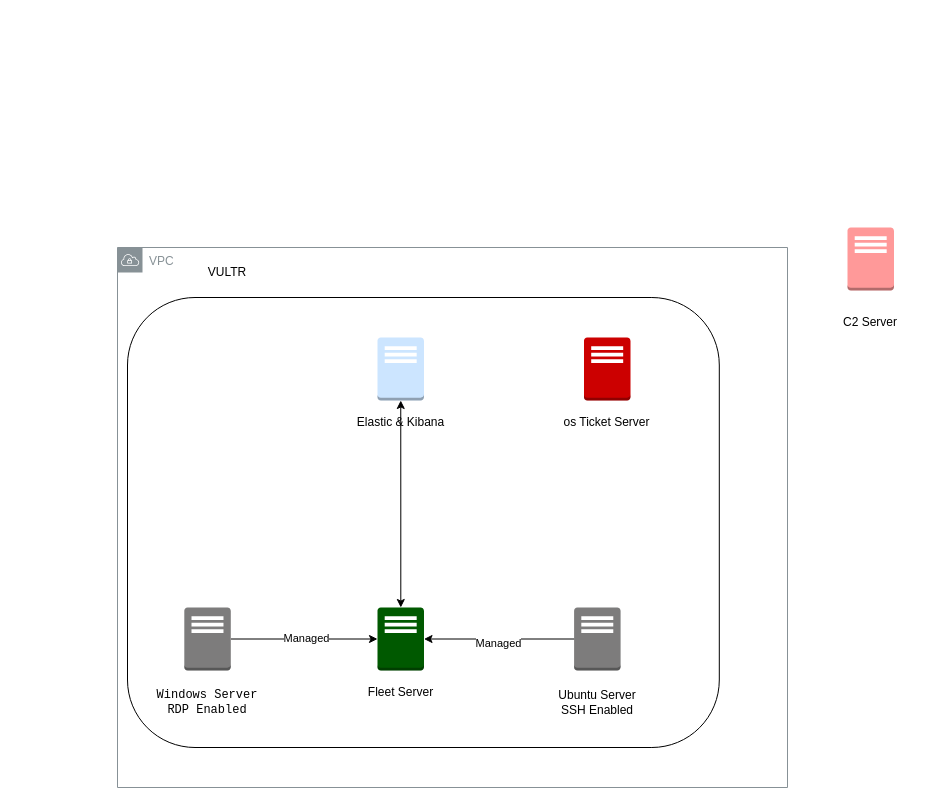
The draw.io diagram 30 Day MyDFIR Logical Diagram.drawio in Dito231/MyDFIR-30-Day-Challenge, before the edit. Source tidied: cells renumbered, new cells numbered last; positions are measured from the earlier drawing's top-left corner, leaving out a move shared by most shapes. Both pictures are drawn from the tidied source at 100%, with x=0, y=0 at pixel (117, 227).
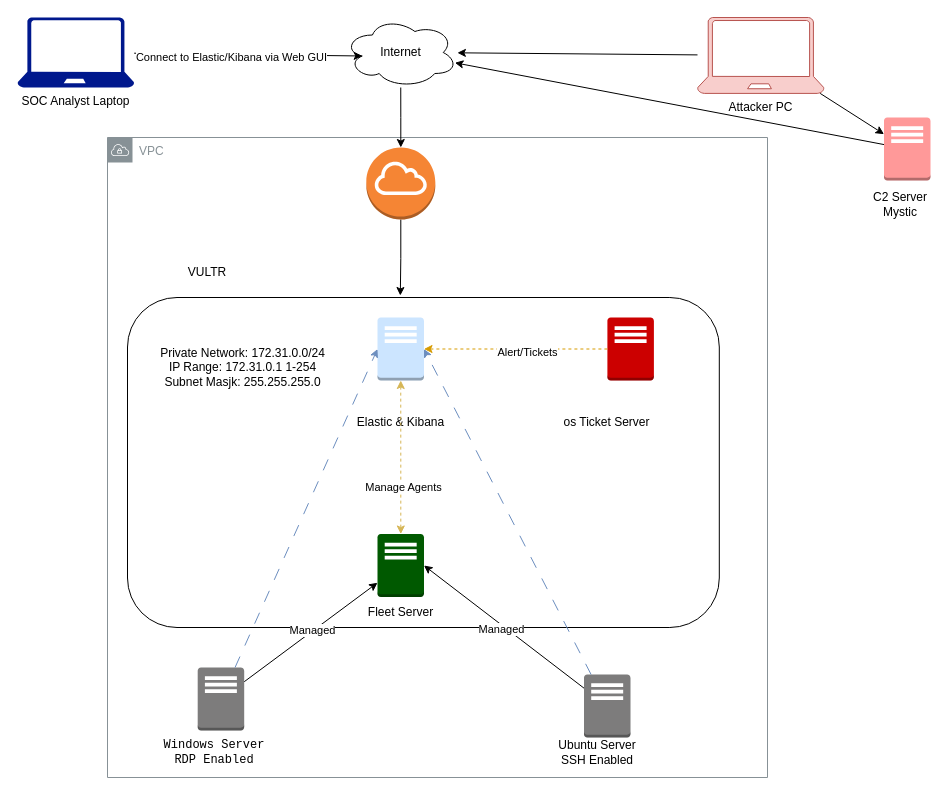
After the change.

The edit, as a diff of the source:
```diff
@@
     <mxCell id="2" value="VPC" style="sketch=0;gradientColor=none;html=1;whiteSpace=wrap;fontSize=12;fontStyle=0;shape=mxgraph.aws4.group;grIcon=mxgraph.aws4.group_vpc;strokeColor=#879196;fillColor=none;verticalAlign=top;align=left;spacingLeft=30;fontColor=#879196;dashed=0;" parent="1" vertex="1">
-      <mxGeometry y="20" width="670" height="540" as="geometry" />
+      <mxGeometry x="-10" y="-90" width="660" height="640" as="geometry" />
     </mxCell>
     <mxCell id="3" style="rounded=1;whiteSpace=wrap;html=1;" parent="1" vertex="1">
-      <mxGeometry x="10" y="70" width="591.8" height="450" as="geometry" />
+      <mxGeometry x="10" y="70" width="591.8" height="330" as="geometry" />
     </mxCell>
     <mxCell id="4" style="outlineConnect=0;dashed=0;verticalLabelPosition=bottom;verticalAlign=top;align=center;html=1;shape=mxgraph.aws3.traditional_server;fillColor=#7D7C7C;gradientColor=none;" parent="1" vertex="1">
-      <mxGeometry x="456.6" y="380" width="46.5" height="63" as="geometry" />
+      <mxGeometry x="466.5" y="447" width="46.5" height="63" as="geometry" />
     </mxCell>
     <mxCell id="5" style="outlineConnect=0;dashed=0;verticalLabelPosition=bottom;verticalAlign=top;align=center;html=1;shape=mxgraph.aws3.traditional_server;fillColor=#005900;strokeColor=#005700;fontColor=#ffffff;" parent="1" vertex="1">
-      <mxGeometry x="260" y="380" width="46.5" height="63" as="geometry" />
+      <mxGeometry x="260" y="306.5" width="46.5" height="63" as="geometry" />
     </mxCell>
     <mxCell id="6" style="outlineConnect=0;dashed=0;verticalLabelPosition=bottom;verticalAlign=top;align=center;html=1;shape=mxgraph.aws3.traditional_server;fillColor=#CC0000;strokeColor=#6F0000;fontColor=#ffffff;" parent="1" vertex="1">
-      <mxGeometry x="466.5" y="110" width="46.5" height="63" as="geometry" />
+      <mxGeometry x="489.9" y="90" width="46.5" height="63" as="geometry" />
     </mxCell>
-    <mxCell id="7" style="edgeStyle=orthogonalEdgeStyle;rounded=0;jettySize=auto;html=1;" parent="1" edge="1" source="9" target="5">
+    <mxCell id="7" style="rounded=0;jettySize=auto;html=1;" parent="1" edge="1" source="9" target="5">
       <mxGeometry relative="1" as="geometry" />
     </mxCell>
@@
     <mxCell id="9" style="outlineConnect=0;dashed=0;verticalLabelPosition=bottom;verticalAlign=top;align=center;html=1;shape=mxgraph.aws3.traditional_server;fillColor=#7D7C7C;gradientColor=none;" parent="1" vertex="1">
-      <mxGeometry x="66.8" y="380" width="46.5" height="63" as="geometry" />
+      <mxGeometry x="80.2" y="440" width="46.5" height="63" as="geometry" />
     </mxCell>
     <mxCell id="10" style="outlineConnect=0;dashed=0;verticalLabelPosition=bottom;verticalAlign=top;align=center;html=1;shape=mxgraph.aws3.traditional_server;fillColor=#cce5ff;strokeColor=#36393d;" parent="1" vertex="1">
-      <mxGeometry x="260" y="110" width="46.5" height="63" as="geometry" />
+      <mxGeometry x="260" y="90" width="46.5" height="63" as="geometry" />
     </mxCell>
+    <mxCell id="23" style="rounded=0;jettySize=auto;html=1;" parent="1" edge="1" source="11" target="26">
+      <mxGeometry relative="1" as="geometry" />
+    </mxCell>
     <mxCell id="11" style="outlineConnect=0;dashed=0;verticalLabelPosition=bottom;verticalAlign=top;align=center;html=1;shape=mxgraph.aws3.traditional_server;fillColor=#FF9999;strokeColor=#A50040;fillStyle=auto;fontColor=#ffffff;" parent="1" vertex="1">
-      <mxGeometry x="730" width="46.5" height="63" as="geometry" />
+      <mxGeometry x="766.5" y="-110" width="46.5" height="63" as="geometry" />
     </mxCell>
     <mxCell id="12" value="VULTR" style="text;html=1;align=center;verticalAlign=middle;whiteSpace=wrap;rounded=0;" parent="1" vertex="1">
-      <mxGeometry x="80" y="30" width="60" height="30" as="geometry" />
+      <mxGeometry x="60" y="30" width="60" height="30" as="geometry" />
     </mxCell>
@@
     <mxCell id="14" value="Ubuntu Server SSH Enabled" style="text;html=1;align=center;verticalAlign=middle;whiteSpace=wrap;rounded=0;" parent="1" vertex="1">
-      <mxGeometry x="440" y="460" width="79.8" height="30" as="geometry" />
+      <mxGeometry x="440" y="510" width="79.8" height="30" as="geometry" />
     </mxCell>
     <mxCell id="15" value="&lt;pre&gt;Windows Server&lt;br&gt;RDP Enabled&lt;/pre&gt;" style="text;html=1;align=center;verticalAlign=middle;whiteSpace=wrap;rounded=0;" parent="1" vertex="1">
-      <mxGeometry x="60" y="460" width="60" height="30" as="geometry" />
+      <mxGeometry x="66.8" y="510" width="60" height="30" as="geometry" />
     </mxCell>
     <mxCell id="16" value="Fleet Server" style="text;html=1;align=center;verticalAlign=middle;whiteSpace=wrap;rounded=0;" parent="1" vertex="1">
-      <mxGeometry x="245" y="450" width="76.5" height="30" as="geometry" />
+      <mxGeometry x="245" y="369.5" width="76.5" height="30" as="geometry" />
     </mxCell>
@@
-    <mxCell id="18" value="C2 Server" style="text;html=1;align=center;verticalAlign=middle;whiteSpace=wrap;rounded=0;" parent="1" vertex="1">
-      <mxGeometry x="723.2" y="80" width="60" height="30" as="geometry" />
+    <mxCell id="18" value="C2 Server Mystic" style="text;html=1;align=center;verticalAlign=middle;whiteSpace=wrap;rounded=0;" parent="1" vertex="1">
+      <mxGeometry x="753" y="-38" width="60" height="30" as="geometry" />
     </mxCell>
@@
-    <mxCell id="20" style="edgeStyle=orthogonalEdgeStyle;rounded=0;jettySize=auto;html=1;entryX=1;entryY=0.5;entryDx=0;entryDy=0;entryPerimeter=0;" parent="1" edge="1" source="4" target="5">
+    <mxCell id="20" style="rounded=0;jettySize=auto;html=1;entryX=1;entryY=0.5;entryDx=0;entryDy=0;entryPerimeter=0;" parent="1" edge="1" source="4" target="5">
       <mxGeometry relative="1" as="geometry" />
     </mxCell>
@@
-    <mxCell id="22" style="edgeStyle=orthogonalEdgeStyle;rounded=0;jettySize=auto;html=1;entryX=0.5;entryY=1;entryDx=0;entryDy=0;entryPerimeter=0;startArrow=classic;startFill=1;" parent="1" edge="1" source="5" target="10">
+    <mxCell id="22" style="edgeStyle=orthogonalEdgeStyle;rounded=0;jettySize=auto;html=1;entryX=0.5;entryY=1;entryDx=0;entryDy=0;entryPerimeter=0;startArrow=classic;startFill=1;fillColor=#fff2cc;strokeColor=#d6b656;dashed=1;" parent="1" edge="1" source="5" target="10">
       <mxGeometry relative="1" as="geometry" />
     </mxCell>
+    <mxCell id="24" value="Manage Agents" style="edgeLabel;html=1;align=center;verticalAlign=middle;" parent="22" vertex="1">
+      <mxGeometry x="-0.38" y="-2" relative="1" as="geometry">
+        <mxPoint y="1" as="offset" />
+      </mxGeometry>
+    </mxCell>
+    <mxCell id="25" style="edgeStyle=orthogonalEdgeStyle;rounded=0;jettySize=auto;html=1;" parent="1" edge="1" source="26" target="28">
+      <mxGeometry relative="1" as="geometry" />
+    </mxCell>
+    <mxCell id="26" value="Internet" style="ellipse;shape=cloud;whiteSpace=wrap;html=1;" parent="1" vertex="1">
+      <mxGeometry x="226.6" y="-210" width="113.3" height="70" as="geometry" />
+    </mxCell>
+    <mxCell id="27" style="edgeStyle=orthogonalEdgeStyle;rounded=0;jettySize=auto;html=1;entryX=0.461;entryY=-0.006;entryDx=0;entryDy=0;entryPerimeter=0;" parent="1" edge="1" source="28" target="3">
+      <mxGeometry relative="1" as="geometry" />
+    </mxCell>
+    <mxCell id="28" style="outlineConnect=0;dashed=0;verticalLabelPosition=bottom;verticalAlign=top;align=center;html=1;shape=mxgraph.aws3.internet_gateway;fillColor=#F58534;gradientColor=none;" parent="1" vertex="1">
+      <mxGeometry x="248.8" y="-80" width="69" height="72" as="geometry" />
+    </mxCell>
+    <mxCell id="29" value="SOC Analyst Laptop" style="sketch=0;shadow=0;dashed=0;html=1;strokeColor=none;labelPosition=center;verticalLabelPosition=bottom;verticalAlign=top;align=center;fillColor=#00188D;shape=mxgraph.azure.laptop;" parent="1" vertex="1">
+      <mxGeometry x="-100" y="-210" width="116.7" height="70" as="geometry" />
+    </mxCell>
+    <mxCell id="30" style="rounded=0;jettySize=auto;html=1;" parent="1" edge="1" source="31" target="11">
+      <mxGeometry relative="1" as="geometry" />
+    </mxCell>
+    <mxCell id="31" value="Attacker PC" style="sketch=0;shadow=0;dashed=0;html=1;strokeColor=#b85450;labelPosition=center;verticalLabelPosition=bottom;verticalAlign=top;align=center;fillColor=#f8cecc;shape=mxgraph.azure.laptop;" parent="1" vertex="1">
+      <mxGeometry x="580" y="-210" width="126.5" height="75.9" as="geometry" />
+    </mxCell>
+    <mxCell id="32" style="rounded=0;jettySize=auto;html=1;entryX=0;entryY=0.5;entryDx=0;entryDy=0;entryPerimeter=0;dashed=1;dashPattern=12 12;fillColor=#dae8fc;strokeColor=#6c8ebf;" parent="1" edge="1" source="9" target="10">
+      <mxGeometry relative="1" as="geometry" />
+    </mxCell>
+    <mxCell id="33" style="rounded=0;jettySize=auto;html=1;entryX=1;entryY=0.5;entryDx=0;entryDy=0;entryPerimeter=0;dashed=1;dashPattern=12 12;fillColor=#dae8fc;strokeColor=#6c8ebf;" parent="1" edge="1" source="4" target="10">
+      <mxGeometry relative="1" as="geometry" />
+    </mxCell>
+    <mxCell id="34" style="rounded=0;jettySize=auto;html=1;" parent="1" edge="1" source="31" target="26">
+      <mxGeometry relative="1" as="geometry" />
+    </mxCell>
+    <mxCell id="35" style="rounded=0;jettySize=auto;html=1;entryX=0.16;entryY=0.55;entryDx=0;entryDy=0;entryPerimeter=0;" parent="1" edge="1" source="29" target="26">
+      <mxGeometry relative="1" as="geometry" />
+    </mxCell>
+    <mxCell id="36" value="Connect to Elastic/Kibana via Web GUI" style="edgeLabel;html=1;align=center;verticalAlign=middle;" parent="35" vertex="1">
+      <mxGeometry x="-0.15" y="-3" relative="1" as="geometry" />
+    </mxCell>
+    <mxCell id="37" style="edgeStyle=orthogonalEdgeStyle;rounded=0;jettySize=auto;html=1;entryX=1;entryY=0.5;entryDx=0;entryDy=0;entryPerimeter=0;dashed=1;fillColor=#ffe6cc;strokeColor=#d79b00;" parent="1" edge="1" source="6" target="10">
+      <mxGeometry relative="1" as="geometry" />
+    </mxCell>
+    <mxCell id="38" value="Alert/Tickets" style="edgeLabel;html=1;align=center;verticalAlign=middle;" parent="37" vertex="1">
+      <mxGeometry x="-0.13" y="3" relative="1" as="geometry" />
+    </mxCell>
+    <mxCell id="39" value="Private Network: 172.31.0.0/24&lt;br&gt;IP Range: 172.31.0.1 1-254&lt;br&gt;Subnet Masjk: 255.255.255.0" style="text;html=1;align=center;verticalAlign=middle;strokeColor=none;fillColor=none;" parent="1" vertex="1">
+      <mxGeometry x="30" y="110" width="190" height="60" as="geometry" />
+    </mxCell>
```
